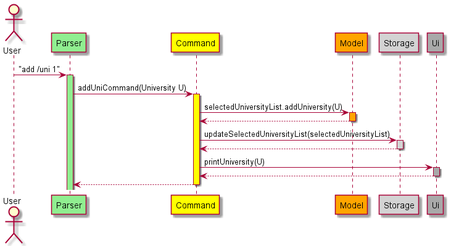
This is docs/images/mainseq.png from nus-cs2113-AY2122S1/tp, a PlantUML export, as it was before one commit.
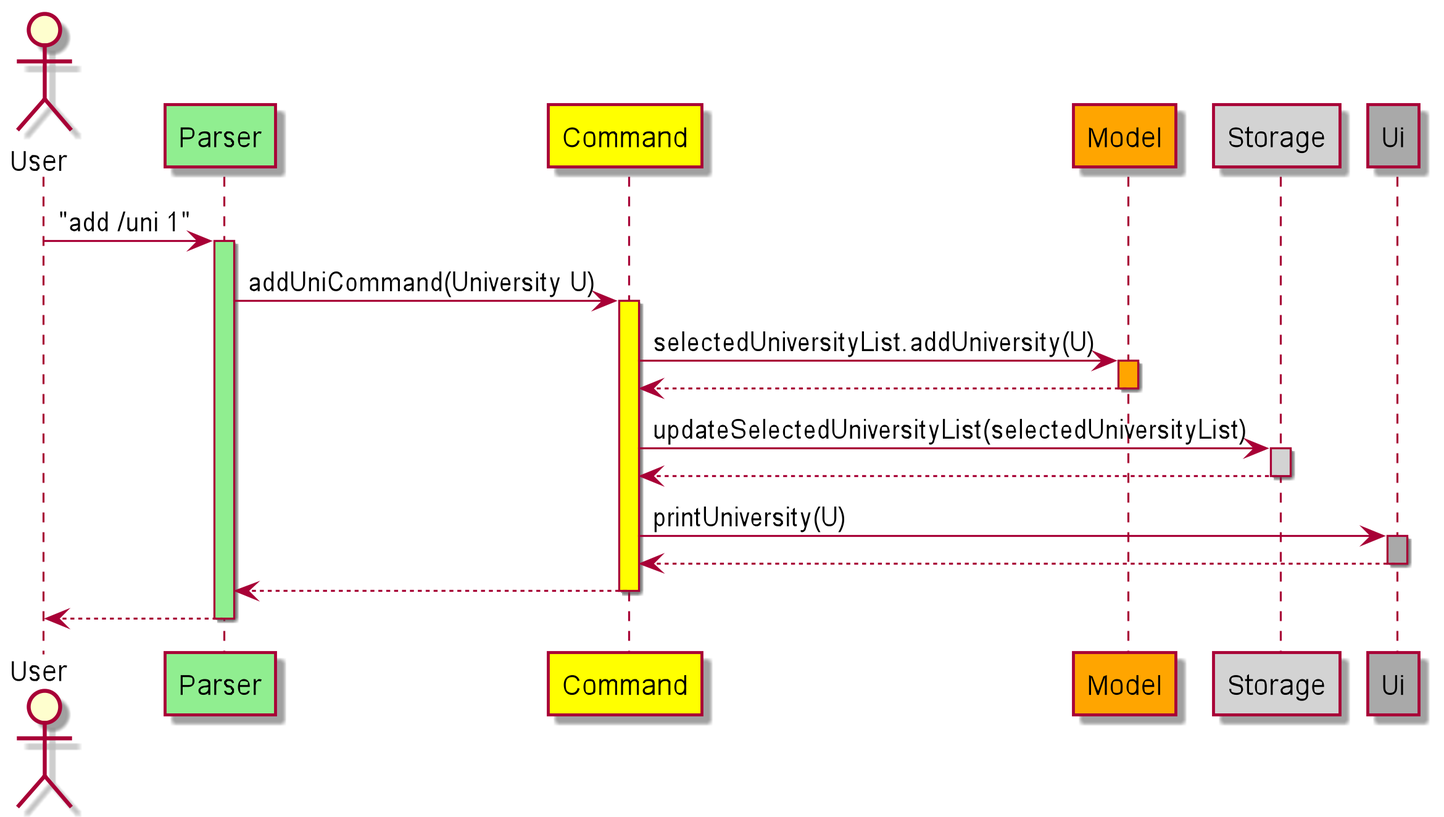
The same diagram one commit later.

What changed in the source:
```diff
@@ -26,5 +26,8 @@
 Command --> Parser
 deactivate Command
 
+Parser --> User
+deactivate Parser
+
 
 @enduml
```
